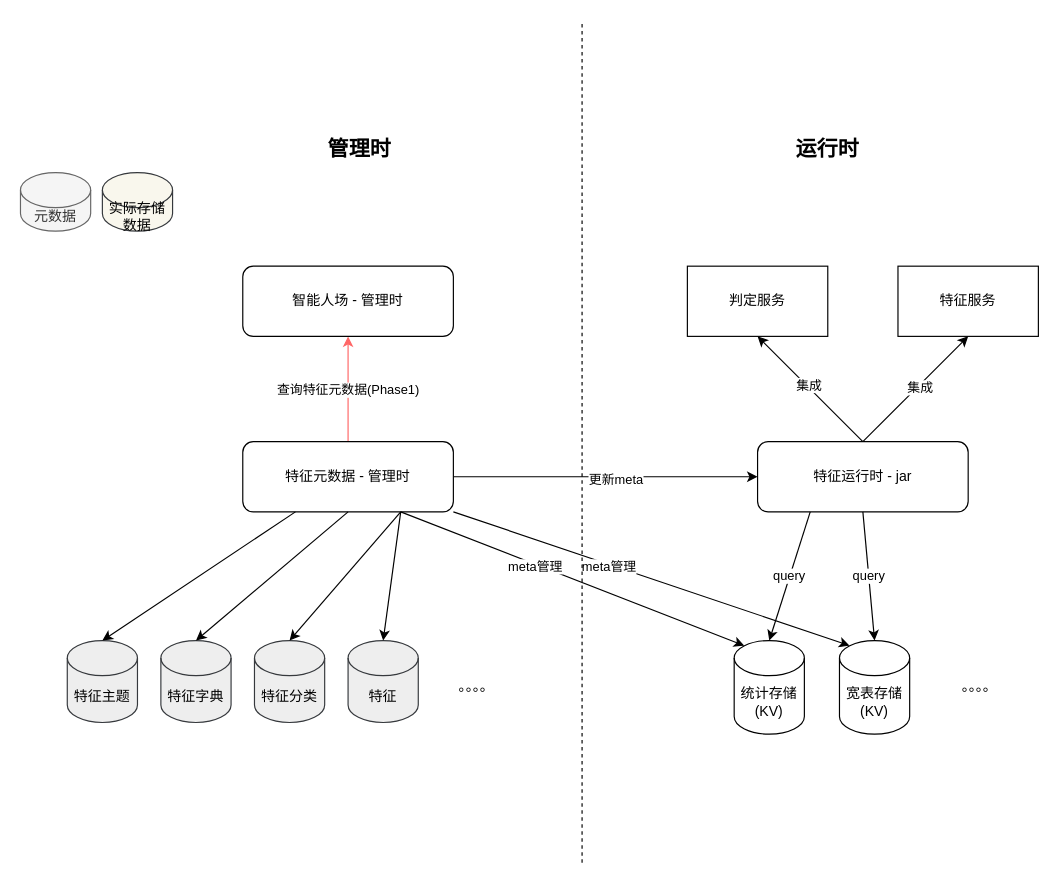
Earlier version of the draw.io diagram feature_infra_layer.drawio (learn2Pro/draw_io_save). Source tidied: cells renumbered, new cells numbered last; positions are measured from the earlier drawing's top-left corner, leaving out a move shared by most shapes. Both pictures are drawn from the tidied source at 117%, with x=0, y=0 at pixel (20, 20).
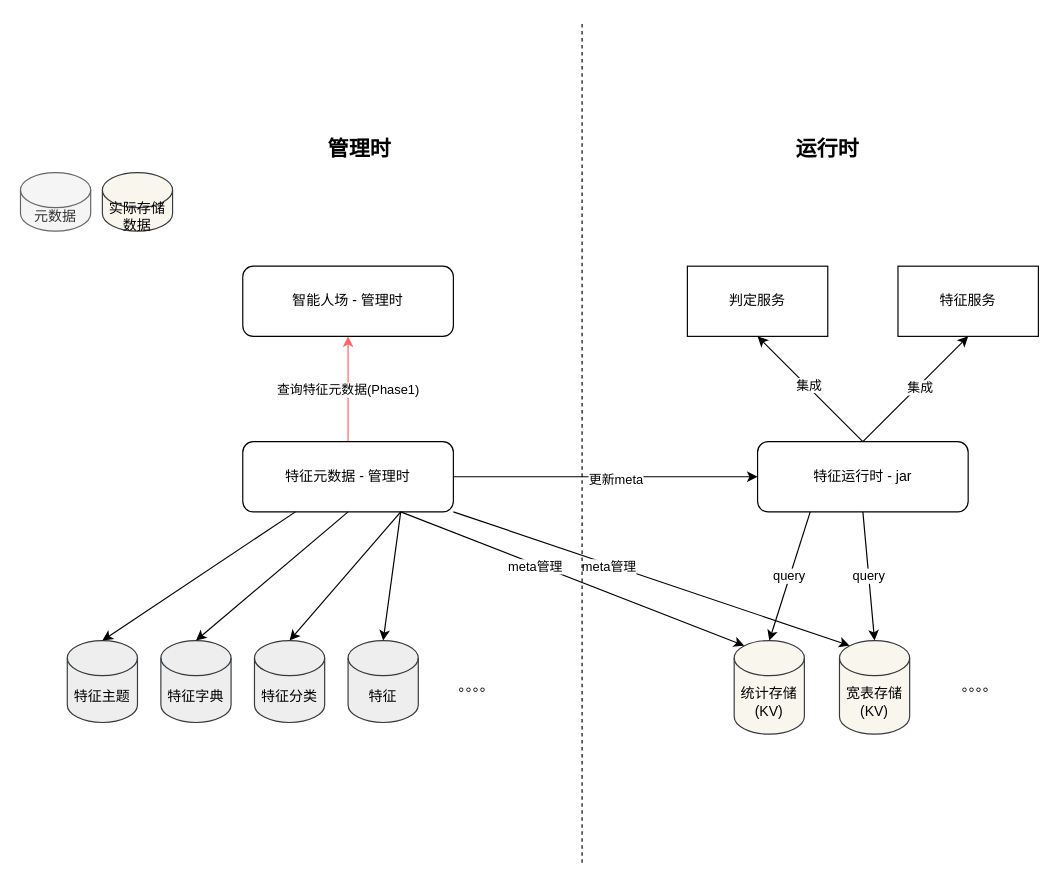
The same diagram, later.

What changed in the source:
```diff
@@
-    <mxCell id="20" value="统计存储(KV)" style="shape=cylinder3;whiteSpace=wrap;html=1;boundedLbl=1;backgroundOutline=1;size=15;" parent="1" vertex="1">
+    <mxCell id="20" value="统计存储(KV)" style="shape=cylinder3;whiteSpace=wrap;html=1;boundedLbl=1;backgroundOutline=1;size=15;fillColor=#f9f7ed;strokeColor=#36393d;" parent="1" vertex="1">
       <mxGeometry x="610" y="530" width="60" height="80" as="geometry" />
     </mxCell>
-    <mxCell id="21" value="宽表存储(KV)" style="shape=cylinder3;whiteSpace=wrap;html=1;boundedLbl=1;backgroundOutline=1;size=15;" parent="1" vertex="1">
+    <mxCell id="21" value="宽表存储(KV)" style="shape=cylinder3;whiteSpace=wrap;html=1;boundedLbl=1;backgroundOutline=1;size=15;fillColor=#f9f7ed;strokeColor=#36393d;" parent="1" vertex="1">
       <mxGeometry x="700" y="530" width="60" height="80" as="geometry" />
     </mxCell>
```
